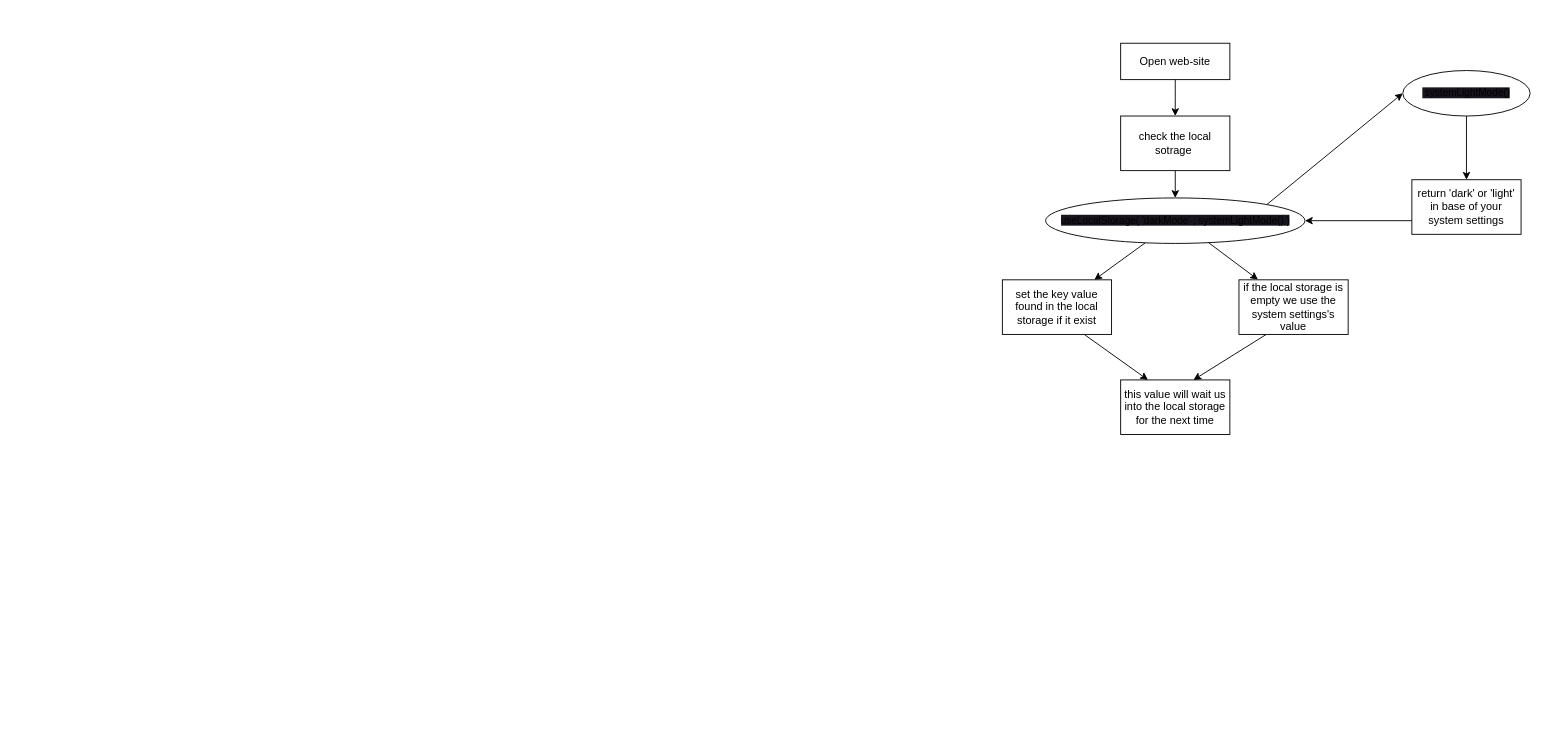
opetru9/my-portfolio.react keeps this draw.io diagram as my/src/utils/theme_mode_scheme.drawio. Above is the earlier version. Source tidied: cells renumbered, new cells numbered last; positions are measured from the earlier drawing's top-left corner, leaving out a move shared by most shapes. Both pictures are drawn from the tidied source at 91%, with x=0, y=0 at pixel (1002, 43).
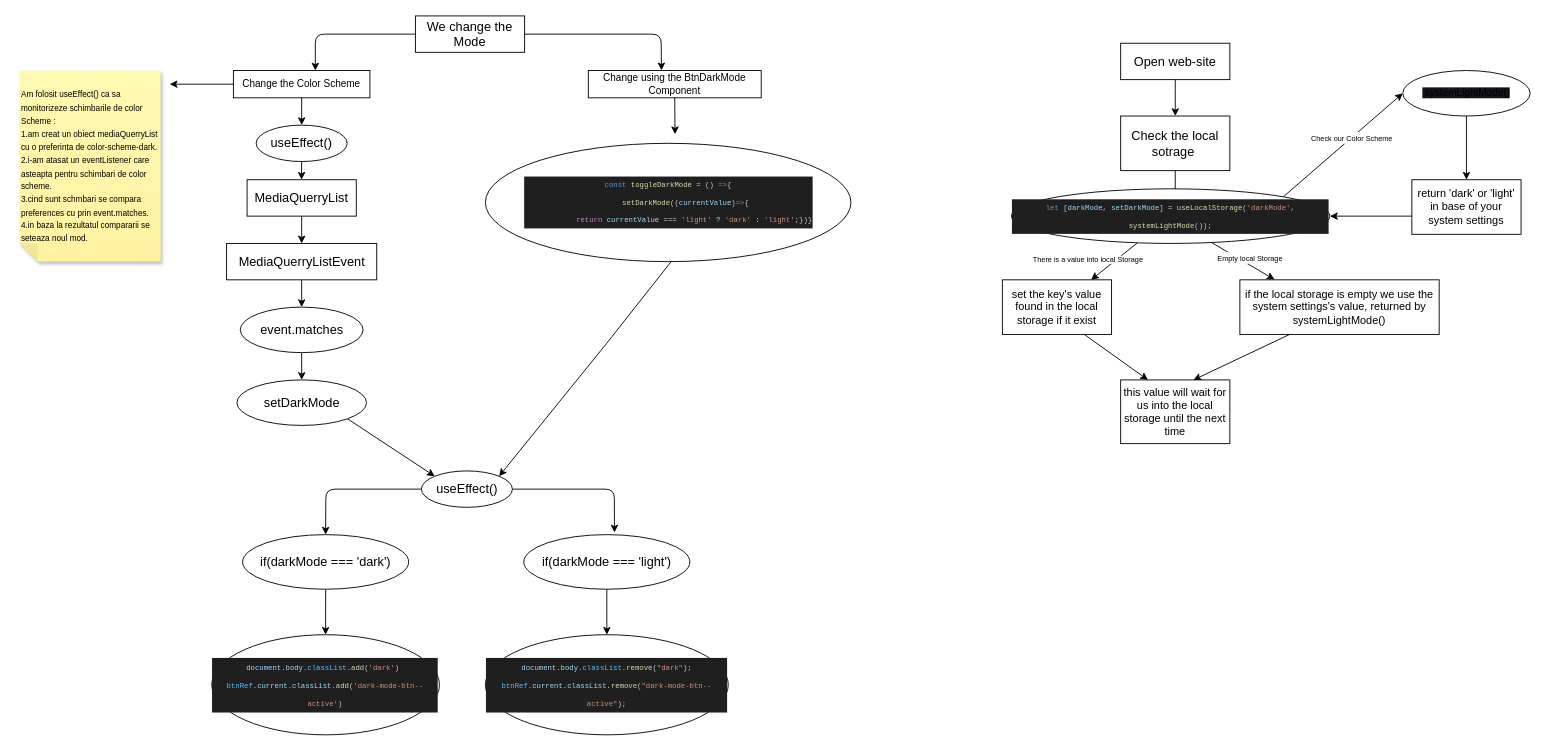
The same diagram, later.

The edit, as a diff of the source:
```diff
@@
-    <mxCell id="2" style="whiteSpace=wrap;html=1;" parent="1" vertex="1">
+    <mxCell id="2" style="whiteSpace=wrap;html=1;rounded=0;" parent="1" vertex="1">
       <mxGeometry x="130" width="120" height="40" as="geometry" />
     </mxCell>
-    <mxCell id="3" style="edgeStyle=none;html=1;" parent="1" edge="1">
+    <mxCell id="3" style="edgeStyle=none;html=1;rounded=0;" parent="1" edge="1">
       <mxGeometry relative="1" as="geometry">
         <mxPoint x="190" y="40" as="sourcePoint" />
         <mxPoint x="190" y="80" as="targetPoint" />
         <Array as="points">
           <mxPoint x="190" y="50" />
         </Array>
       </mxGeometry>
     </mxCell>
-    <mxCell id="4" value="Open web-site" style="text;strokeColor=none;align=center;fillColor=none;html=1;verticalAlign=middle;whiteSpace=wrap;rounded=0;" parent="1" vertex="1">
+    <mxCell id="4" value="&lt;font style=&quot;font-size: 14px;&quot;&gt;Open web-site&lt;/font&gt;" style="text;strokeColor=none;align=center;fillColor=none;html=1;verticalAlign=middle;whiteSpace=wrap;rounded=0;" parent="1" vertex="1">
       <mxGeometry x="140" y="5" width="100" height="30" as="geometry" />
     </mxCell>
-    <mxCell id="5" style="edgeStyle=none;html=1;exitX=0.5;exitY=1;exitDx=0;exitDy=0;" parent="1" edge="1" source="6">
+    <mxCell id="5" style="edgeStyle=none;html=1;exitX=0.5;exitY=1;exitDx=0;exitDy=0;rounded=0;" parent="1" edge="1" source="6">
       <mxGeometry relative="1" as="geometry">
         <mxPoint x="190" y="170" as="targetPoint" />
       </mxGeometry>
     </mxCell>
-    <mxCell id="6" value="check the local sotrage&amp;nbsp;" style="whiteSpace=wrap;html=1;" parent="1" vertex="1">
+    <mxCell id="6" value="&lt;font style=&quot;font-size: 14px;&quot;&gt;Check the local sotrage&amp;nbsp;&lt;/font&gt;" style="whiteSpace=wrap;html=1;rounded=0;" parent="1" vertex="1">
       <mxGeometry x="130" y="80" width="120" height="60" as="geometry" />
     </mxCell>
-    <mxCell id="7" style="edgeStyle=none;html=1;exitX=0;exitY=0.75;exitDx=0;exitDy=0;entryX=1;entryY=0.5;entryDx=0;entryDy=0;" parent="1" edge="1" source="10" target="14">
-      <mxGeometry relative="1" as="geometry" />
+    <mxCell id="7" style="edgeStyle=none;html=1;entryX=1;entryY=0.5;entryDx=0;entryDy=0;rounded=0;" parent="1" edge="1" target="14">
+      <mxGeometry relative="1" as="geometry">
+        <mxPoint x="460" y="190" as="sourcePoint" />
+      </mxGeometry>
     </mxCell>
-    <mxCell id="8" style="edgeStyle=none;html=1;" parent="1" edge="1" source="9" target="10">
+    <mxCell id="8" style="edgeStyle=none;html=1;rounded=0;" parent="1" edge="1" source="9" target="10">
       <mxGeometry relative="1" as="geometry" />
     </mxCell>
-    <mxCell id="9" value="&lt;span style=&quot;font-size: 11px; background-color: rgb(24, 20, 29);&quot;&gt;&amp;nbsp;systemLightMode()&lt;/span&gt;" style="ellipse;whiteSpace=wrap;html=1;" parent="1" vertex="1">
+    <mxCell id="9" value="&lt;span style=&quot;font-size: 11px; background-color: rgb(24, 20, 29);&quot;&gt;&amp;nbsp;systemLightMode()&lt;/span&gt;" style="ellipse;whiteSpace=wrap;html=1;rounded=0;" parent="1" vertex="1">
       <mxGeometry x="440" y="30" width="140" height="50" as="geometry" />
     </mxCell>
-    <mxCell id="10" value="return 'dark' or 'light' in base of your system settings" style="whiteSpace=wrap;html=1;" parent="1" vertex="1">
+    <mxCell id="10" value="return 'dark' or 'light' in base of your system settings" style="whiteSpace=wrap;html=1;rounded=0;" parent="1" vertex="1">
       <mxGeometry x="450" y="150" width="120" height="60" as="geometry" />
     </mxCell>
-    <mxCell id="11" style="edgeStyle=none;html=1;" parent="1" edge="1" source="14" target="16">
+    <mxCell id="11" style="edgeStyle=none;html=1;rounded=0;" parent="1" edge="1" source="14" target="16">
       <mxGeometry relative="1" as="geometry" />
     </mxCell>
+    <mxCell id="20" value="There is a value into local Storage" style="edgeLabel;html=1;align=center;verticalAlign=middle;fontSize=8;" parent="11" vertex="1">
+      <mxGeometry x="-0.11" relative="1" as="geometry">
+        <mxPoint x="-32" as="offset" />
+      </mxGeometry>
+    </mxCell>
-    <mxCell id="12" style="edgeStyle=none;html=1;exitX=0.628;exitY=0.982;exitDx=0;exitDy=0;entryX=0.174;entryY=-0.004;entryDx=0;entryDy=0;exitPerimeter=0;entryPerimeter=0;" parent="1" edge="1" source="14" target="18">
+    <mxCell id="12" style="edgeStyle=none;html=1;exitX=0.628;exitY=0.982;exitDx=0;exitDy=0;entryX=0.174;entryY=-0.004;entryDx=0;entryDy=0;exitPerimeter=0;entryPerimeter=0;rounded=0;" parent="1" edge="1" source="14" target="18">
       <mxGeometry relative="1" as="geometry" />
     </mxCell>
+    <mxCell id="21" value="&lt;font style=&quot;font-size: 8px;&quot;&gt;Empty local Storage&lt;/font&gt;" style="edgeLabel;html=1;align=center;verticalAlign=middle;" parent="12" vertex="1">
+      <mxGeometry x="-0.17" relative="1" as="geometry">
+        <mxPoint x="13" as="offset" />
+      </mxGeometry>
+    </mxCell>
-    <mxCell id="13" style="edgeStyle=none;html=1;exitX=1;exitY=0;exitDx=0;exitDy=0;entryX=0;entryY=0.5;entryDx=0;entryDy=0;" parent="1" edge="1" source="14" target="9">
+    <mxCell id="13" style="edgeStyle=none;html=1;exitX=1;exitY=0;exitDx=0;exitDy=0;entryX=0;entryY=0.5;entryDx=0;entryDy=0;rounded=0;" parent="1" edge="1" source="14" target="9">
       <mxGeometry relative="1" as="geometry" />
     </mxCell>
+    <mxCell id="22" value="&lt;font style=&quot;font-size: 8px;&quot;&gt;Check our Color Scheme&amp;nbsp;&lt;/font&gt;" style="edgeLabel;html=1;align=center;verticalAlign=middle;fontSize=11;" parent="13" vertex="1">
+      <mxGeometry x="0.15" relative="1" as="geometry" />
+    </mxCell>
-    <mxCell id="14" value="&lt;span style=&quot;font-size: 11px; background-color: rgb(24, 20, 29);&quot;&gt;useLocalStorage( 'darkMode' , systemLightMode() )&lt;/span&gt;" style="ellipse;whiteSpace=wrap;html=1;" parent="1" vertex="1">
-      <mxGeometry x="47.5" y="170" width="285" height="50" as="geometry" />
+    <mxCell id="14" value="&lt;div style=&quot;color: rgb(204, 204, 204); background-color: rgb(31, 31, 31); font-family: Consolas, &amp;quot;Courier New&amp;quot;, monospace; line-height: 19px;&quot;&gt;&lt;font style=&quot;font-size: 8px;&quot;&gt;&lt;span style=&quot;color: rgb(86, 156, 214);&quot;&gt;let&lt;/span&gt; [&lt;span style=&quot;color: rgb(156, 220, 254);&quot;&gt;darkMode&lt;/span&gt;, &lt;span style=&quot;color: rgb(156, 220, 254);&quot;&gt;setDarkMode&lt;/span&gt;] &lt;span style=&quot;color: rgb(212, 212, 212);&quot;&gt;=&lt;/span&gt; &lt;span style=&quot;color: rgb(220, 220, 170);&quot;&gt;useLocalStorage&lt;/span&gt;(&lt;span style=&quot;color: rgb(206, 145, 120);&quot;&gt;'darkMode'&lt;/span&gt;, &lt;span style=&quot;color: rgb(220, 220, 170);&quot;&gt;systemLightMode&lt;/span&gt;());&lt;/font&gt;&lt;/div&gt;" style="ellipse;whiteSpace=wrap;html=1;rounded=0;" parent="1" vertex="1">
+      <mxGeometry x="10" y="160" width="350" height="60" as="geometry" />
     </mxCell>
-    <mxCell id="15" style="edgeStyle=none;html=1;exitX=0.75;exitY=1;exitDx=0;exitDy=0;" parent="1" edge="1" source="16">
+    <mxCell id="15" style="edgeStyle=none;html=1;exitX=0.75;exitY=1;exitDx=0;exitDy=0;rounded=0;" parent="1" edge="1" source="16">
       <mxGeometry relative="1" as="geometry">
         <mxPoint x="160" y="370" as="targetPoint" />
       </mxGeometry>
     </mxCell>
-    <mxCell id="16" value="set the key value found in the local storage if it exist" style="whiteSpace=wrap;html=1;" parent="1" vertex="1">
+    <mxCell id="16" value="set the key's value found in the local storage if it exist" style="whiteSpace=wrap;html=1;rounded=0;" parent="1" vertex="1">
       <mxGeometry y="260" width="120" height="60" as="geometry" />
     </mxCell>
-    <mxCell id="17" style="edgeStyle=none;html=1;exitX=0.25;exitY=1;exitDx=0;exitDy=0;" parent="1" edge="1" source="18">
+    <mxCell id="17" style="edgeStyle=none;html=1;exitX=0.25;exitY=1;exitDx=0;exitDy=0;rounded=0;" parent="1" edge="1" source="18">
       <mxGeometry relative="1" as="geometry">
         <mxPoint x="210" y="370" as="targetPoint" />
       </mxGeometry>
     </mxCell>
-    <mxCell id="18" value="if the local storage is empty we use the system settings's value" style="whiteSpace=wrap;html=1;" parent="1" vertex="1">
-      <mxGeometry x="260" y="260" width="120" height="60" as="geometry" />
+    <mxCell id="18" value="if the local storage is empty we use the system settings's value, returned by systemLightMode()" style="whiteSpace=wrap;html=1;rounded=0;" parent="1" vertex="1">
+      <mxGeometry x="261" y="260" width="219" height="60" as="geometry" />
     </mxCell>
-    <mxCell id="19" value="this value will wait us into the local storage for the next time" style="whiteSpace=wrap;html=1;" parent="1" vertex="1">
-      <mxGeometry x="130" y="370" width="120" height="60" as="geometry" />
+    <mxCell id="19" value="this value will wait for us into the local storage until the next time" style="whiteSpace=wrap;html=1;rounded=0;" parent="1" vertex="1">
+      <mxGeometry x="130" y="370" width="120" height="70" as="geometry" />
     </mxCell>
+    <mxCell id="23" style="edgeStyle=none;html=1;exitX=0;exitY=0.5;exitDx=0;exitDy=0;fontSize=11;" parent="1" edge="1" source="25">
+      <mxGeometry relative="1" as="geometry">
+        <mxPoint x="-755" y="30" as="targetPoint" />
+        <Array as="points">
+          <mxPoint x="-755" y="-10" />
+        </Array>
+      </mxGeometry>
+    </mxCell>
+    <mxCell id="24" style="edgeStyle=none;html=1;fontSize=11;exitX=1;exitY=0.5;exitDx=0;exitDy=0;entryX=0.423;entryY=-0.005;entryDx=0;entryDy=0;entryPerimeter=0;" parent="1" edge="1" source="25" target="30">
+      <mxGeometry relative="1" as="geometry">
+        <Array as="points">
+          <mxPoint x="-375" y="-10" />
+        </Array>
+      </mxGeometry>
+    </mxCell>
+    <mxCell id="25" value="&lt;font style=&quot;font-size: 14px;&quot;&gt;We change the Mode&lt;/font&gt;" style="whiteSpace=wrap;html=1;fontSize=8;" parent="1" vertex="1">
+      <mxGeometry x="-645" y="-30" width="120" height="40" as="geometry" />
+    </mxCell>
+    <mxCell id="26" style="edgeStyle=none;html=1;exitX=0.5;exitY=1;exitDx=0;exitDy=0;fontSize=14;" parent="1" edge="1" source="28">
+      <mxGeometry relative="1" as="geometry">
+        <mxPoint x="-770" y="90" as="targetPoint" />
+        <Array as="points">
+          <mxPoint x="-770" y="90" />
+        </Array>
+      </mxGeometry>
+    </mxCell>
+    <mxCell id="27" style="edgeStyle=none;html=1;exitX=0;exitY=0.5;exitDx=0;exitDy=0;" parent="1" edge="1" source="28">
+      <mxGeometry relative="1" as="geometry">
+        <mxPoint x="-915" y="45" as="targetPoint" />
+      </mxGeometry>
+    </mxCell>
+    <mxCell id="28" value="Change the Color Scheme" style="whiteSpace=wrap;html=1;fontSize=11;" parent="1" vertex="1">
+      <mxGeometry x="-845" y="30" width="150" height="30" as="geometry" />
+    </mxCell>
+    <mxCell id="29" style="edgeStyle=none;html=1;exitX=0.5;exitY=1;exitDx=0;exitDy=0;fontSize=8;" parent="1" edge="1" source="30">
+      <mxGeometry relative="1" as="geometry">
+        <mxPoint x="-359.7" y="100" as="targetPoint" />
+      </mxGeometry>
+    </mxCell>
+    <mxCell id="30" value="Change using the BtnDarkMode Component" style="whiteSpace=wrap;html=1;fontSize=11;" parent="1" vertex="1">
+      <mxGeometry x="-455" y="30" width="190" height="30" as="geometry" />
+    </mxCell>
+    <mxCell id="31" style="edgeStyle=none;html=1;exitX=0.5;exitY=1;exitDx=0;exitDy=0;fontSize=14;" parent="1" edge="1">
+      <mxGeometry relative="1" as="geometry">
+        <mxPoint x="-770" y="120" as="sourcePoint" />
+        <mxPoint x="-770.1" y="150" as="targetPoint" />
+      </mxGeometry>
+    </mxCell>
+    <mxCell id="32" style="edgeStyle=none;html=1;exitX=0.5;exitY=1;exitDx=0;exitDy=0;fontSize=14;" parent="1" edge="1" source="33">
+      <mxGeometry relative="1" as="geometry">
+        <mxPoint x="-770" y="220" as="targetPoint" />
+      </mxGeometry>
+    </mxCell>
+    <mxCell id="33" value="MediaQuerryList" style="whiteSpace=wrap;html=1;fontSize=14;" parent="1" vertex="1">
+      <mxGeometry x="-830" y="150" width="120" height="40" as="geometry" />
+    </mxCell>
+    <mxCell id="34" style="edgeStyle=none;html=1;fontSize=14;" parent="1" edge="1" target="38">
+      <mxGeometry relative="1" as="geometry">
+        <mxPoint x="-770" y="260" as="sourcePoint" />
+      </mxGeometry>
+    </mxCell>
+    <mxCell id="35" value="MediaQuerryListEvent" style="whiteSpace=wrap;html=1;fontSize=14;" parent="1" vertex="1">
+      <mxGeometry x="-852.5" y="220" width="165" height="40" as="geometry" />
+    </mxCell>
+    <mxCell id="36" value="useEffect()" style="ellipse;whiteSpace=wrap;html=1;fontSize=14;" parent="1" vertex="1">
+      <mxGeometry x="-820" y="90" width="100" height="40" as="geometry" />
+    </mxCell>
+    <mxCell id="37" style="edgeStyle=none;html=1;exitX=0.5;exitY=1;exitDx=0;exitDy=0;entryX=0.5;entryY=0;entryDx=0;entryDy=0;fontSize=9;" parent="1" edge="1" source="38" target="40">
+      <mxGeometry relative="1" as="geometry" />
+    </mxCell>
+    <mxCell id="38" value="event.matches" style="ellipse;whiteSpace=wrap;html=1;fontSize=14;" parent="1" vertex="1">
+      <mxGeometry x="-837.5" y="290" width="135" height="50" as="geometry" />
+    </mxCell>
+    <mxCell id="39" style="edgeStyle=none;html=1;exitX=1;exitY=1;exitDx=0;exitDy=0;entryX=0;entryY=0;entryDx=0;entryDy=0;fontSize=8;" parent="1" edge="1" source="40" target="44">
+      <mxGeometry relative="1" as="geometry" />
+    </mxCell>
+    <mxCell id="40" value="setDarkMode" style="ellipse;whiteSpace=wrap;html=1;fontSize=14;" parent="1" vertex="1">
+      <mxGeometry x="-841.2" y="370" width="142.5" height="50" as="geometry" />
+    </mxCell>
+    <mxCell id="41" value="&lt;font style=&quot;font-size: 9px;&quot;&gt;Am folosit useEffect() ca sa monitorizeze schimbarile de color Scheme :&lt;br&gt;1.am creat un obiect mediaQuerryList cu o preferinta de color-scheme-dark.&lt;br&gt;2.i-am atasat un eventListener care asteapta pentru schimbari de color scheme.&lt;br&gt;3.cind sunt schmbari se compara preferences cu prin event.matches.&amp;nbsp;&lt;br&gt;4.in baza la rezultatul compararii se seteaza noul mod.&lt;/font&gt;&amp;nbsp;&amp;nbsp;" style="shape=note;whiteSpace=wrap;html=1;backgroundOutline=1;fontColor=#000000;darkOpacity=0.05;fillColor=#FFF9B2;strokeColor=none;fillStyle=solid;direction=west;gradientDirection=north;gradientColor=#FFF2A1;shadow=1;size=20;align=left;" parent="1" vertex="1">
+      <mxGeometry x="-1080" y="30" width="155" height="210" as="geometry" />
+    </mxCell>
+    <mxCell id="42" style="edgeStyle=none;html=1;exitX=0;exitY=0.5;exitDx=0;exitDy=0;entryX=0.5;entryY=0;entryDx=0;entryDy=0;fontSize=9;" parent="1" edge="1" source="44" target="46">
+      <mxGeometry relative="1" as="geometry">
+        <Array as="points">
+          <mxPoint x="-743.4" y="490" />
+        </Array>
+      </mxGeometry>
+    </mxCell>
+    <mxCell id="43" style="edgeStyle=none;html=1;exitX=1;exitY=0.5;exitDx=0;exitDy=0;fontSize=8;entryX=0.546;entryY=-0.039;entryDx=0;entryDy=0;entryPerimeter=0;" parent="1" edge="1" source="44" target="49">
+      <mxGeometry relative="1" as="geometry">
+        <Array as="points">
+          <mxPoint x="-426.4" y="490" />
+        </Array>
+      </mxGeometry>
+    </mxCell>
+    <mxCell id="44" value="useEffect()" style="ellipse;whiteSpace=wrap;html=1;fontSize=14;" parent="1" vertex="1">
+      <mxGeometry x="-638.4" y="470" width="100" height="40" as="geometry" />
+    </mxCell>
+    <mxCell id="45" style="edgeStyle=none;html=1;exitX=0.5;exitY=1;exitDx=0;exitDy=0;fontSize=8;" parent="1" edge="1" source="46" target="47">
+      <mxGeometry relative="1" as="geometry" />
+    </mxCell>
+    <mxCell id="46" value="if(darkMode === 'dark')" style="ellipse;whiteSpace=wrap;html=1;fontSize=14;" parent="1" vertex="1">
+      <mxGeometry x="-834.9" y="540" width="182.5" height="60" as="geometry" />
+    </mxCell>
+    <mxCell id="47" value="&lt;div style=&quot;color: rgb(204, 204, 204); background-color: rgb(31, 31, 31); font-family: Consolas, &amp;quot;Courier New&amp;quot;, monospace; line-height: 19px;&quot;&gt;&lt;div&gt;&lt;font style=&quot;font-size: 8px;&quot;&gt;&lt;span style=&quot;color: rgb(156, 220, 254);&quot;&gt;document&lt;/span&gt;.&lt;span style=&quot;color: rgb(156, 220, 254);&quot;&gt;body&lt;/span&gt;.&lt;span style=&quot;color: rgb(79, 193, 255);&quot;&gt;classList&lt;/span&gt;.&lt;span style=&quot;color: rgb(220, 220, 170);&quot;&gt;add&lt;/span&gt;(&lt;span style=&quot;color: rgb(206, 145, 120);&quot;&gt;'dark'&lt;/span&gt;)&lt;/font&gt;&lt;span style=&quot;font-size: 8px;&quot;&gt;&amp;nbsp;&lt;/span&gt;&lt;/div&gt;&lt;div&gt;&lt;span style=&quot;font-size: 8px; color: rgb(79, 193, 255);&quot;&gt;btnRef&lt;/span&gt;&lt;span style=&quot;font-size: 8px;&quot;&gt;.&lt;/span&gt;&lt;span style=&quot;font-size: 8px; color: rgb(156, 220, 254);&quot;&gt;current&lt;/span&gt;&lt;span style=&quot;font-size: 8px;&quot;&gt;.&lt;/span&gt;&lt;span style=&quot;font-size: 8px; color: rgb(156, 220, 254);&quot;&gt;classList&lt;/span&gt;&lt;span style=&quot;font-size: 8px;&quot;&gt;.&lt;/span&gt;&lt;span style=&quot;font-size: 8px; color: rgb(220, 220, 170);&quot;&gt;add&lt;/span&gt;&lt;span style=&quot;font-size: 8px;&quot;&gt;(&lt;/span&gt;&lt;span style=&quot;font-size: 8px; color: rgb(206, 145, 120);&quot;&gt;'dark-mode-btn--active'&lt;/span&gt;&lt;span style=&quot;font-size: 8px;&quot;&gt;)&lt;/span&gt;&lt;/div&gt;&lt;/div&gt;" style="ellipse;whiteSpace=wrap;html=1;fontSize=14;" parent="1" vertex="1">
+      <mxGeometry x="-868.8" y="650" width="250.2" height="110" as="geometry" />
+    </mxCell>
+    <mxCell id="48" style="edgeStyle=none;html=1;exitX=0.5;exitY=1;exitDx=0;exitDy=0;fontSize=8;entryX=0.5;entryY=0;entryDx=0;entryDy=0;" parent="1" edge="1" source="49" target="50">
+      <mxGeometry relative="1" as="geometry" />
+    </mxCell>
+    <mxCell id="49" value="if(darkMode === 'light')" style="ellipse;whiteSpace=wrap;html=1;fontSize=14;" parent="1" vertex="1">
+      <mxGeometry x="-525.9" y="540" width="182.5" height="60" as="geometry" />
+    </mxCell>
+    <mxCell id="50" value="&lt;div style=&quot;color: rgb(204, 204, 204); background-color: rgb(31, 31, 31); font-family: Consolas, &amp;quot;Courier New&amp;quot;, monospace; line-height: 19px;&quot;&gt;&lt;div style=&quot;line-height: 19px;&quot;&gt;&lt;div&gt;&lt;font style=&quot;font-size: 8px;&quot;&gt;&lt;span style=&quot;color: rgb(156, 220, 254);&quot;&gt;document&lt;/span&gt;.&lt;span style=&quot;color: rgb(156, 220, 254);&quot;&gt;body&lt;/span&gt;.&lt;span style=&quot;color: rgb(79, 193, 255);&quot;&gt;classList&lt;/span&gt;.&lt;span style=&quot;color: rgb(220, 220, 170);&quot;&gt;remove&lt;/span&gt;(&lt;span style=&quot;color: rgb(206, 145, 120);&quot;&gt;&quot;dark&quot;&lt;/span&gt;);&lt;/font&gt;&lt;/div&gt;&lt;div&gt;&lt;span style=&quot;font-size: 8px; color: rgb(79, 193, 255);&quot;&gt;btnRef&lt;/span&gt;&lt;span style=&quot;font-size: 8px;&quot;&gt;.&lt;/span&gt;&lt;span style=&quot;font-size: 8px; color: rgb(156, 220, 254);&quot;&gt;current&lt;/span&gt;&lt;span style=&quot;font-size: 8px;&quot;&gt;.&lt;/span&gt;&lt;span style=&quot;font-size: 8px; color: rgb(156, 220, 254);&quot;&gt;classList&lt;/span&gt;&lt;span style=&quot;font-size: 8px;&quot;&gt;.&lt;/span&gt;&lt;span style=&quot;font-size: 8px; color: rgb(220, 220, 170);&quot;&gt;remove&lt;/span&gt;&lt;span style=&quot;font-size: 8px;&quot;&gt;(&lt;/span&gt;&lt;span style=&quot;font-size: 8px; color: rgb(206, 145, 120);&quot;&gt;&quot;dark-mode-btn--active&quot;&lt;/span&gt;&lt;span style=&quot;font-size: 8px;&quot;&gt;);&lt;/span&gt;&lt;/div&gt;&lt;/div&gt;&lt;/div&gt;" style="ellipse;whiteSpace=wrap;html=1;fontSize=14;" parent="1" vertex="1">
+      <mxGeometry x="-568.1" y="650" width="266.9" height="110" as="geometry" />
+    </mxCell>
+    <mxCell id="51" style="edgeStyle=none;html=1;exitX=0.5;exitY=1;exitDx=0;exitDy=0;entryX=1;entryY=0;entryDx=0;entryDy=0;fontSize=8;" parent="1" edge="1" target="44">
+      <mxGeometry relative="1" as="geometry">
+        <mxPoint x="-360" y="235" as="sourcePoint" />
+        <Array as="points">
+          <mxPoint x="-435" y="330" />
+        </Array>
+      </mxGeometry>
+    </mxCell>
+    <mxCell id="52" value="&lt;div style=&quot;color: rgb(204, 204, 204); background-color: rgb(31, 31, 31); font-family: Consolas, &amp;quot;Courier New&amp;quot;, monospace; line-height: 19px;&quot;&gt;&lt;div style=&quot;&quot;&gt;&lt;font style=&quot;font-size: 8px;&quot;&gt;&lt;span style=&quot;color: rgb(86, 156, 214);&quot;&gt;const&lt;/span&gt; &lt;span style=&quot;color: rgb(220, 220, 170);&quot;&gt;toggleDarkMode&lt;/span&gt; &lt;span style=&quot;color: rgb(212, 212, 212);&quot;&gt;=&lt;/span&gt; () &lt;span style=&quot;color: rgb(86, 156, 214);&quot;&gt;=&amp;gt;&lt;/span&gt;{&lt;/font&gt;&lt;/div&gt;&lt;div style=&quot;&quot;&gt;&lt;font style=&quot;font-size: 8px;&quot;&gt;&amp;nbsp; &amp;nbsp; &amp;nbsp; &amp;nbsp; &lt;span style=&quot;color: #dcdcaa;&quot;&gt;setDarkMode&lt;/span&gt;((&lt;span style=&quot;color: #9cdcfe;&quot;&gt;currentValue&lt;/span&gt;)&lt;span style=&quot;color: #569cd6;&quot;&gt;=&amp;gt;&lt;/span&gt;{&lt;/font&gt;&lt;/div&gt;&lt;div style=&quot;&quot;&gt;&lt;font style=&quot;font-size: 8px;&quot;&gt;&amp;nbsp; &amp;nbsp; &amp;nbsp; &amp;nbsp; &amp;nbsp; &amp;nbsp; &lt;span style=&quot;color: #c586c0;&quot;&gt;return&lt;/span&gt; &lt;span style=&quot;color: #9cdcfe;&quot;&gt;currentValue&lt;/span&gt; &lt;span style=&quot;color: #d4d4d4;&quot;&gt;===&lt;/span&gt; &lt;span style=&quot;color: #ce9178;&quot;&gt;'light'&lt;/span&gt; &lt;span style=&quot;color: #d4d4d4;&quot;&gt;?&lt;/span&gt; &lt;span style=&quot;color: #ce9178;&quot;&gt;'dark'&lt;/span&gt; &lt;span style=&quot;color: #d4d4d4;&quot;&gt;:&lt;/span&gt; &lt;span style=&quot;color: #ce9178;&quot;&gt;'light'&lt;/span&gt;;&lt;/font&gt;})}&lt;/div&gt;&lt;/div&gt;" style="ellipse;whiteSpace=wrap;html=1;fontSize=8;align=center;" parent="1" vertex="1">
+      <mxGeometry x="-568.1" y="110" width="401.7" height="130" as="geometry" />
+    </mxCell>
```
